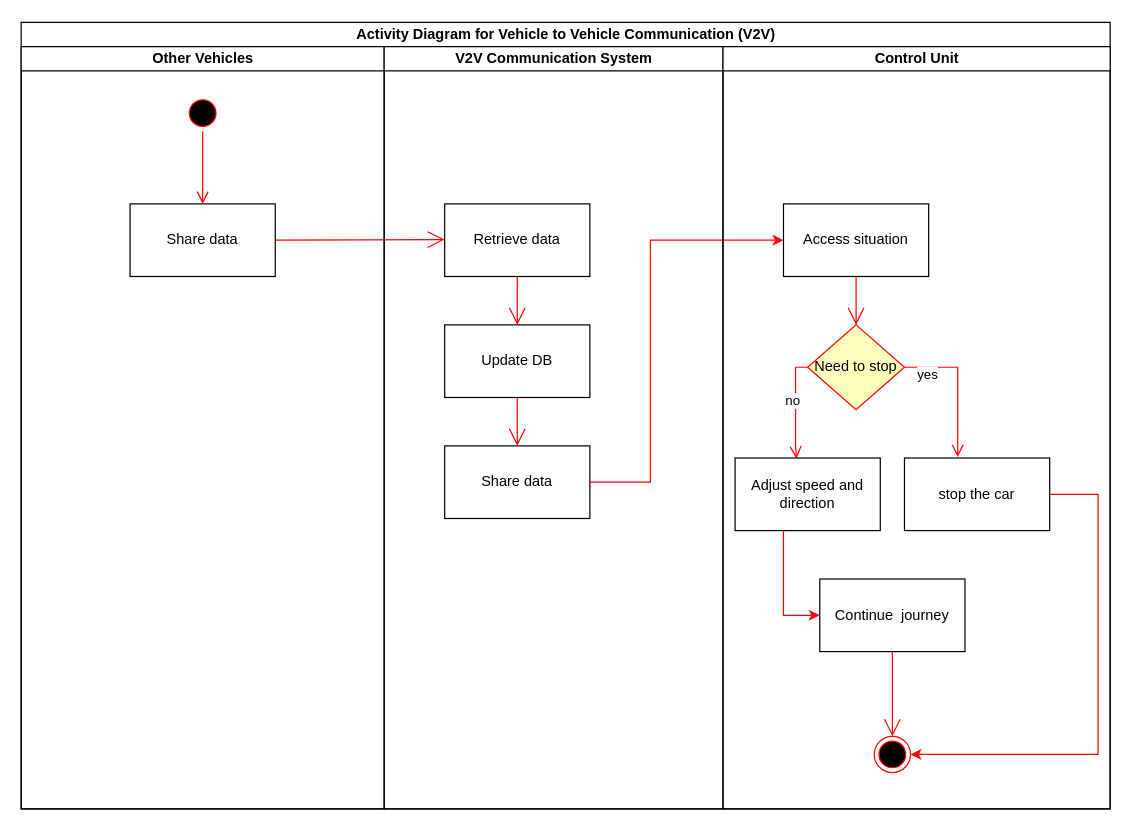
Above: Activity_Diagram3.drawio in AdamsUthman/driverless_car_UML (draw.io), before the change. Source tidied: cells renumbered, new cells numbered last; positions are measured from the earlier drawing's top-left corner, leaving out a move shared by most shapes. Both pictures are drawn from the tidied source at 121%, with x=0, y=0 at pixel (21, 22).
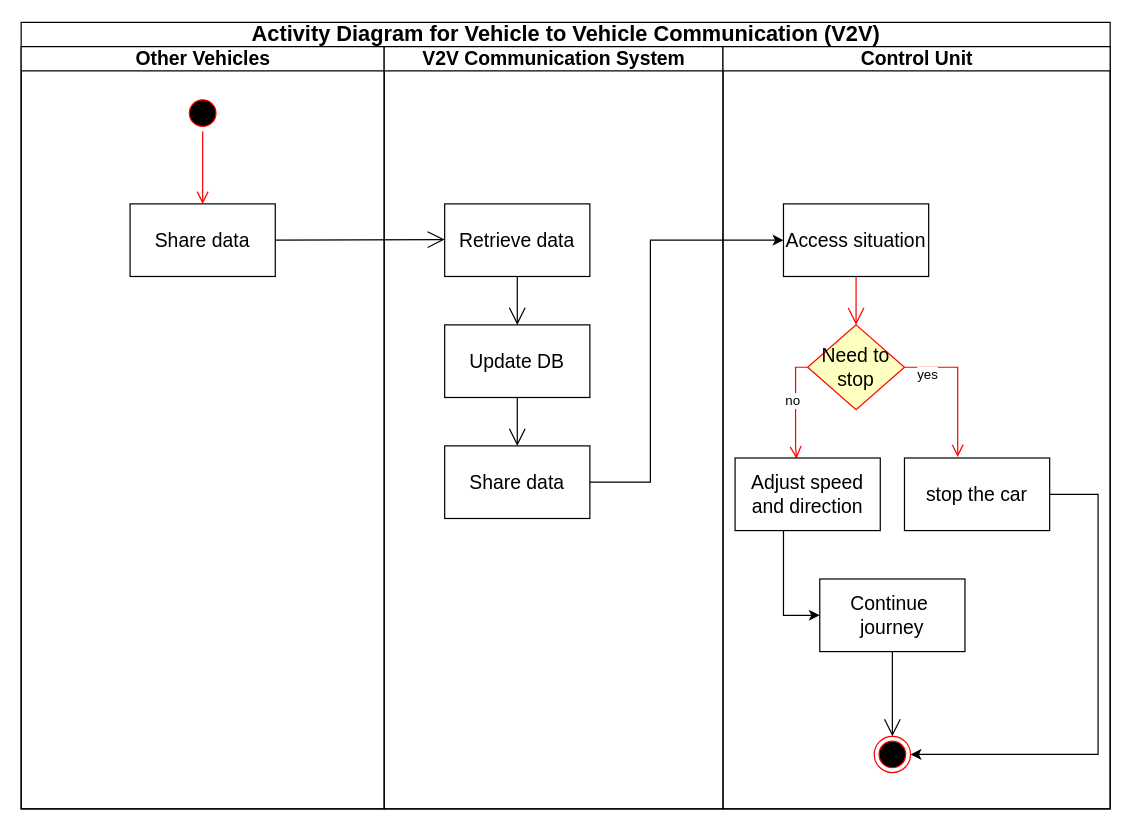
The same diagram, later.

Unchanged cells that the change refers to:
```xml
<mxCell id="23" style="ellipse;html=1;shape=endState;fillColor=#000000;strokeColor=#ff0000;" parent="15" vertex="1">
  <mxGeometry x="125" y="570" width="30" height="30" as="geometry" />
</mxCell>
```

What changed in the source:
```diff
@@
-    <mxCell id="2" value="Activity Diagram for Vehicle to Vehicle Communication (V2V)" style="swimlane;startSize=20;html=1;" parent="1" vertex="1">
+    <mxCell id="2" value="Activity Diagram for Vehicle to Vehicle Communication (V2V)" style="swimlane;startSize=20;html=1;fontSize=18;" parent="1" vertex="1">
       <mxGeometry width="900" height="650" as="geometry" />
     </mxCell>
-    <mxCell id="3" value="Other Vehicles" style="swimlane;startSize=20;html=1;" parent="2" vertex="1">
+    <mxCell id="3" value="Other Vehicles" style="swimlane;startSize=20;html=1;fontSize=16;" parent="2" vertex="1">
       <mxGeometry y="20" width="300" height="630" as="geometry" />
     </mxCell>
@@
-    <mxCell id="6" value="Share data" style="rounded=0;whiteSpace=wrap;html=1;" parent="3" vertex="1">
+    <mxCell id="6" value="Share data" style="rounded=0;whiteSpace=wrap;html=1;fontSize=16;" parent="3" vertex="1">
       <mxGeometry x="90" y="130" width="120" height="60" as="geometry" />
     </mxCell>
-    <mxCell id="7" value="V2V Communication System" style="swimlane;startSize=20;html=1;" parent="2" vertex="1">
+    <mxCell id="7" value="V2V Communication System" style="swimlane;startSize=20;html=1;fontSize=16;" parent="2" vertex="1">
       <mxGeometry x="300" y="20" width="280" height="630" as="geometry" />
     </mxCell>
-    <mxCell id="8" value="Share data" style="rounded=0;whiteSpace=wrap;html=1;" parent="7" vertex="1">
+    <mxCell id="8" value="Share data" style="rounded=0;whiteSpace=wrap;html=1;fontSize=16;" parent="7" vertex="1">
       <mxGeometry x="50" y="330" width="120" height="60" as="geometry" />
     </mxCell>
-    <mxCell id="9" value="Update DB" style="rounded=0;whiteSpace=wrap;html=1;" parent="7" vertex="1">
+    <mxCell id="9" value="Update DB" style="rounded=0;whiteSpace=wrap;html=1;fontSize=16;" parent="7" vertex="1">
       <mxGeometry x="50" y="230" width="120" height="60" as="geometry" />
     </mxCell>
-    <mxCell id="10" value="Retrieve data" style="rounded=0;whiteSpace=wrap;html=1;" parent="7" vertex="1">
+    <mxCell id="10" value="Retrieve data" style="rounded=0;whiteSpace=wrap;html=1;fontSize=16;" parent="7" vertex="1">
       <mxGeometry x="50" y="130" width="120" height="60" as="geometry" />
     </mxCell>
-    <mxCell id="11" style="endArrow=open;endFill=1;endSize=12;html=1;rounded=0;strokeColor=#FF0000;exitX=1;exitY=0.5;exitDx=0;exitDy=0;" parent="7" edge="1" source="6">
+    <mxCell id="11" style="endArrow=open;endFill=1;endSize=12;html=1;rounded=0;strokeColor=#000000;exitX=1;exitY=0.5;exitDx=0;exitDy=0;fontColor=#000000;" parent="7" edge="1" source="6">
       <mxGeometry relative="1" as="geometry">
         <mxPoint x="50" y="159.5" as="targetPoint" />
       </mxGeometry>
     </mxCell>
-    <mxCell id="12" style="endArrow=open;endFill=1;endSize=12;html=1;rounded=0;strokeColor=#FF0000;entryX=0.5;entryY=0;entryDx=0;entryDy=0;exitX=0.5;exitY=1;exitDx=0;exitDy=0;" parent="7" edge="1" source="10" target="9">
+    <mxCell id="12" style="endArrow=open;endFill=1;endSize=12;html=1;rounded=0;strokeColor=#000000;entryX=0.5;entryY=0;entryDx=0;entryDy=0;exitX=0.5;exitY=1;exitDx=0;exitDy=0;fontColor=#000000;" parent="7" edge="1" source="10" target="9">
       <mxGeometry relative="1" as="geometry" />
     </mxCell>
-    <mxCell id="13" style="endArrow=open;endFill=1;endSize=12;html=1;rounded=0;strokeColor=#FF0000;entryX=0.5;entryY=0;entryDx=0;entryDy=0;exitX=0.5;exitY=1;exitDx=0;exitDy=0;" parent="7" edge="1" source="9" target="8">
+    <mxCell id="13" style="endArrow=open;endFill=1;endSize=12;html=1;rounded=0;strokeColor=#000000;entryX=0.5;entryY=0;entryDx=0;entryDy=0;exitX=0.5;exitY=1;exitDx=0;exitDy=0;fontColor=#000000;" parent="7" edge="1" source="9" target="8">
       <mxGeometry relative="1" as="geometry" />
     </mxCell>
-    <mxCell id="14" style="edgeStyle=segmentEdgeStyle;endArrow=classic;html=1;rounded=0;strokeColor=#FF0000;entryX=0;entryY=0.5;entryDx=0;entryDy=0;" parent="7" edge="1" target="16">
+    <mxCell id="14" style="edgeStyle=segmentEdgeStyle;endArrow=classic;html=1;rounded=0;strokeColor=#000000;entryX=0;entryY=0.5;entryDx=0;entryDy=0;fontColor=#000000;" parent="7" edge="1" target="16">
       <mxGeometry relative="1" as="geometry">
         <mxPoint x="170" y="360" as="sourcePoint" />
         <Array as="points">
           <mxPoint x="220" y="360" />
           <mxPoint x="220" y="160" />
         </Array>
       </mxGeometry>
     </mxCell>
-    <mxCell id="15" value="Control Unit" style="swimlane;startSize=20;html=1;" parent="2" vertex="1">
+    <mxCell id="15" value="Control Unit" style="swimlane;startSize=20;html=1;fontSize=16;" parent="2" vertex="1">
       <mxGeometry x="580" y="20" width="320" height="630" as="geometry" />
     </mxCell>
-    <mxCell id="16" value="Access situation" style="rounded=0;whiteSpace=wrap;html=1;" parent="15" vertex="1">
+    <mxCell id="16" value="Access situation" style="rounded=0;whiteSpace=wrap;html=1;fontSize=16;" parent="15" vertex="1">
       <mxGeometry x="50" y="130" width="120" height="60" as="geometry" />
     </mxCell>
-    <mxCell id="17" value="Need to stop" style="rhombus;whiteSpace=wrap;html=1;fillColor=#ffffc0;strokeColor=#ff0000;" parent="15" vertex="1">
+    <mxCell id="17" value="Need to stop" style="rhombus;whiteSpace=wrap;html=1;fillColor=#ffffc0;strokeColor=#ff0000;fontSize=16;" parent="15" vertex="1">
       <mxGeometry x="70" y="230" width="80" height="70" as="geometry" />
     </mxCell>
@@
-    <mxCell id="20" value="Adjust speed and direction" style="rounded=0;whiteSpace=wrap;html=1;" parent="15" vertex="1">
+    <mxCell id="20" value="Adjust speed and direction" style="rounded=0;whiteSpace=wrap;html=1;fontSize=16;" parent="15" vertex="1">
       <mxGeometry x="10" y="340" width="120" height="60" as="geometry" />
     </mxCell>
-    <mxCell id="21" value="stop the car" style="rounded=0;whiteSpace=wrap;html=1;" parent="15" vertex="1">
+    <mxCell id="21" value="stop the car" style="rounded=0;whiteSpace=wrap;html=1;fontSize=16;" parent="15" vertex="1">
       <mxGeometry x="150" y="340" width="120" height="60" as="geometry" />
     </mxCell>
-    <mxCell id="22" value="Continue&amp;nbsp; journey" style="rounded=0;whiteSpace=wrap;html=1;" parent="15" vertex="1">
+    <mxCell id="22" value="Continue&amp;nbsp; journey" style="rounded=0;whiteSpace=wrap;html=1;fontSize=16;" parent="15" vertex="1">
       <mxGeometry x="80" y="440" width="120" height="60" as="geometry" />
     </mxCell>
@@
-    <mxCell id="25" style="edgeStyle=segmentEdgeStyle;endArrow=classic;html=1;rounded=0;strokeColor=#FF0000;exitX=1;exitY=0.5;exitDx=0;exitDy=0;entryX=1;entryY=0.5;entryDx=0;entryDy=0;" parent="15" edge="1" source="21" target="23">
+    <mxCell id="25" style="edgeStyle=segmentEdgeStyle;endArrow=classic;html=1;rounded=0;strokeColor=#000000;exitX=1;exitY=0.5;exitDx=0;exitDy=0;entryX=1;entryY=0.5;entryDx=0;entryDy=0;fontColor=#000000;" parent="15" edge="1" source="21" target="23">
       <mxGeometry relative="1" as="geometry">
         <Array as="points">
           <mxPoint x="310" y="370" />
           <mxPoint x="310" y="585" />
         </Array>
       </mxGeometry>
     </mxCell>
-    <mxCell id="26" style="endArrow=open;endFill=1;endSize=12;html=1;rounded=0;strokeColor=#FF0000;exitX=0.5;exitY=1;exitDx=0;exitDy=0;entryX=0.5;entryY=0;entryDx=0;entryDy=0;" parent="15" edge="1" source="22" target="23">
+    <mxCell id="26" style="endArrow=open;endFill=1;endSize=12;html=1;rounded=0;strokeColor=#000000;exitX=0.5;exitY=1;exitDx=0;exitDy=0;entryX=0.5;entryY=0;entryDx=0;entryDy=0;" parent="15" edge="1" source="22" target="23">
       <mxGeometry relative="1" as="geometry" />
     </mxCell>
-    <mxCell id="27" style="edgeStyle=segmentEdgeStyle;endArrow=classic;html=1;rounded=0;strokeColor=#FF0000;" parent="15" edge="1">
+    <mxCell id="27" style="edgeStyle=segmentEdgeStyle;endArrow=classic;html=1;rounded=0;strokeColor=#000000;" parent="15" edge="1">
       <mxGeometry relative="1" as="geometry">
         <mxPoint x="50" y="400" as="sourcePoint" />
         <mxPoint x="80" y="470" as="targetPoint" />
         <Array as="points">
           <mxPoint x="50" y="402" />
           <mxPoint x="50" y="470" />
         </Array>
       </mxGeometry>
     </mxCell>
```
